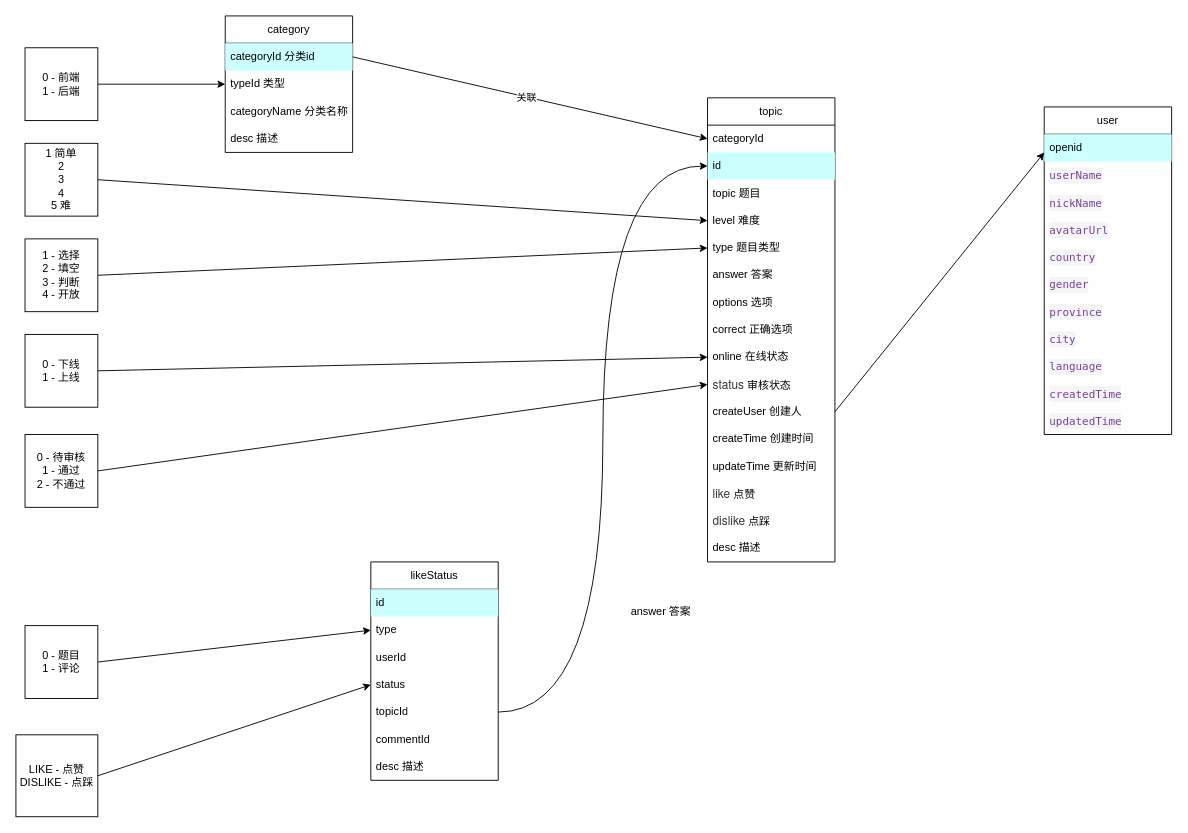
The draw.io diagram dataModel/model.dio in a835100635/face_server, before the edit. Source tidied: cells renumbered, new cells numbered last; positions are measured from the earlier drawing's top-left corner, leaving out a move shared by most shapes. Both pictures are drawn from the tidied source at 91%, with x=0, y=0 at pixel (15, 15).
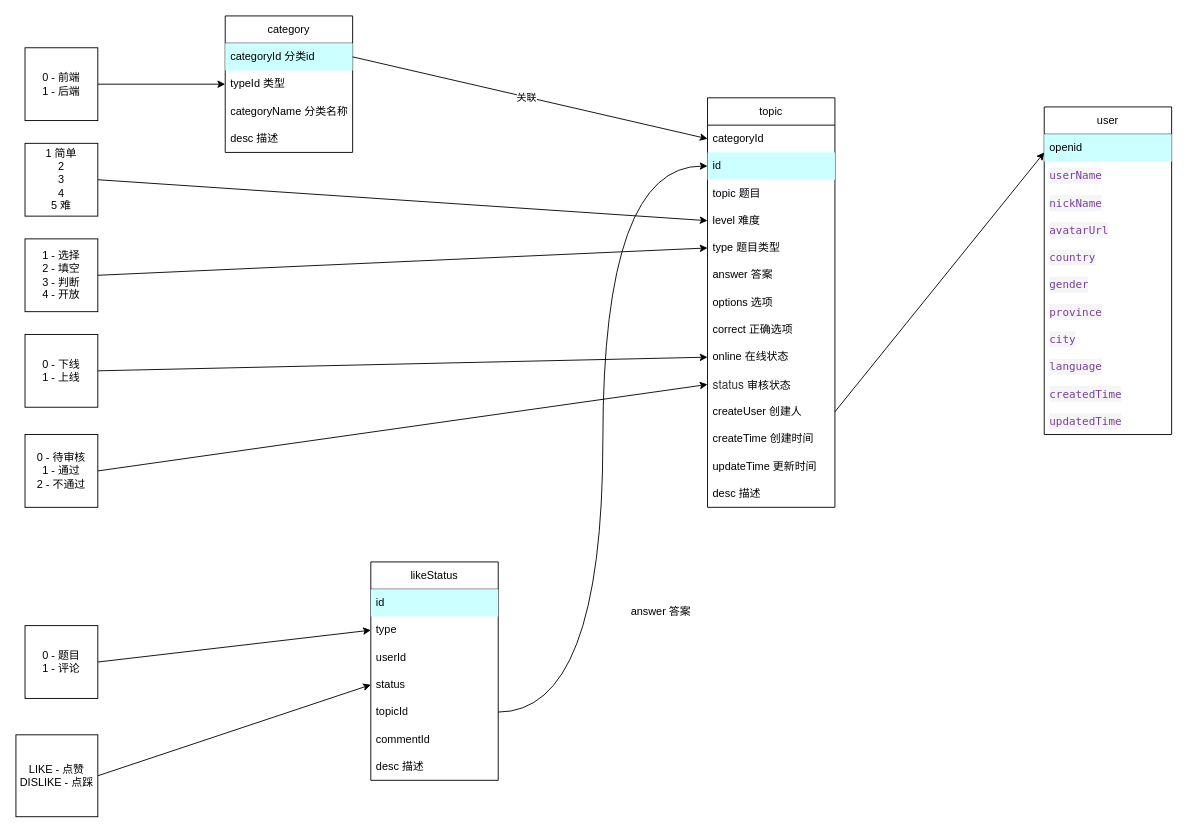
After the change.

The edit, as a diff of the source:
```diff
@@
     <mxCell id="7" value="topic" style="swimlane;fontStyle=0;horizontal=1;startSize=30;whiteSpace=wrap;html=1;" parent="1" vertex="1">
-      <mxGeometry x="760" y="90" width="140" height="510" as="geometry" />
+      <mxGeometry x="760" y="90" width="140" height="450" as="geometry" />
     </mxCell>
@@
-    <mxCell id="21" value="&lt;span style=&quot;color: rgb(51, 51, 51); font-family: &amp;quot;Helvetica Neue&amp;quot;, Helvetica, Arial, &amp;quot;Hiragino Sans GB&amp;quot;, &amp;quot;Hiragino Sans GB W3&amp;quot;, &amp;quot;Microsoft YaHei UI&amp;quot;, &amp;quot;Microsoft YaHei&amp;quot;, sans-serif; font-size: 13px;&quot;&gt;like&amp;nbsp;&lt;/span&gt;点赞" style="text;strokeColor=none;fillColor=none;align=left;verticalAlign=middle;spacingLeft=4;spacingRight=4;overflow=hidden;whiteSpace=wrap;html=1;" parent="7" vertex="1">
-      <mxGeometry y="420" width="140" height="30" as="geometry" />
-    </mxCell>
-    <mxCell id="22" value="&lt;span style=&quot;color: rgb(51, 51, 51); font-family: &amp;quot;Helvetica Neue&amp;quot;, Helvetica, Arial, &amp;quot;Hiragino Sans GB&amp;quot;, &amp;quot;Hiragino Sans GB W3&amp;quot;, &amp;quot;Microsoft YaHei UI&amp;quot;, &amp;quot;Microsoft YaHei&amp;quot;, sans-serif; font-size: 13px;&quot;&gt;dislike&lt;/span&gt;&amp;nbsp;点踩" style="text;strokeColor=none;fillColor=none;align=left;verticalAlign=middle;spacingLeft=4;spacingRight=4;overflow=hidden;whiteSpace=wrap;html=1;" parent="7" vertex="1">
-      <mxGeometry y="450" width="140" height="30" as="geometry" />
-    </mxCell>
     <mxCell id="23" value="desc 描述" style="text;strokeColor=none;fillColor=none;align=left;verticalAlign=middle;spacingLeft=4;spacingRight=4;overflow=hidden;whiteSpace=wrap;html=1;" parent="7" vertex="1">
-      <mxGeometry y="480" width="140" height="30" as="geometry" />
+      <mxGeometry y="420" width="140" height="30" as="geometry" />
     </mxCell>
```
